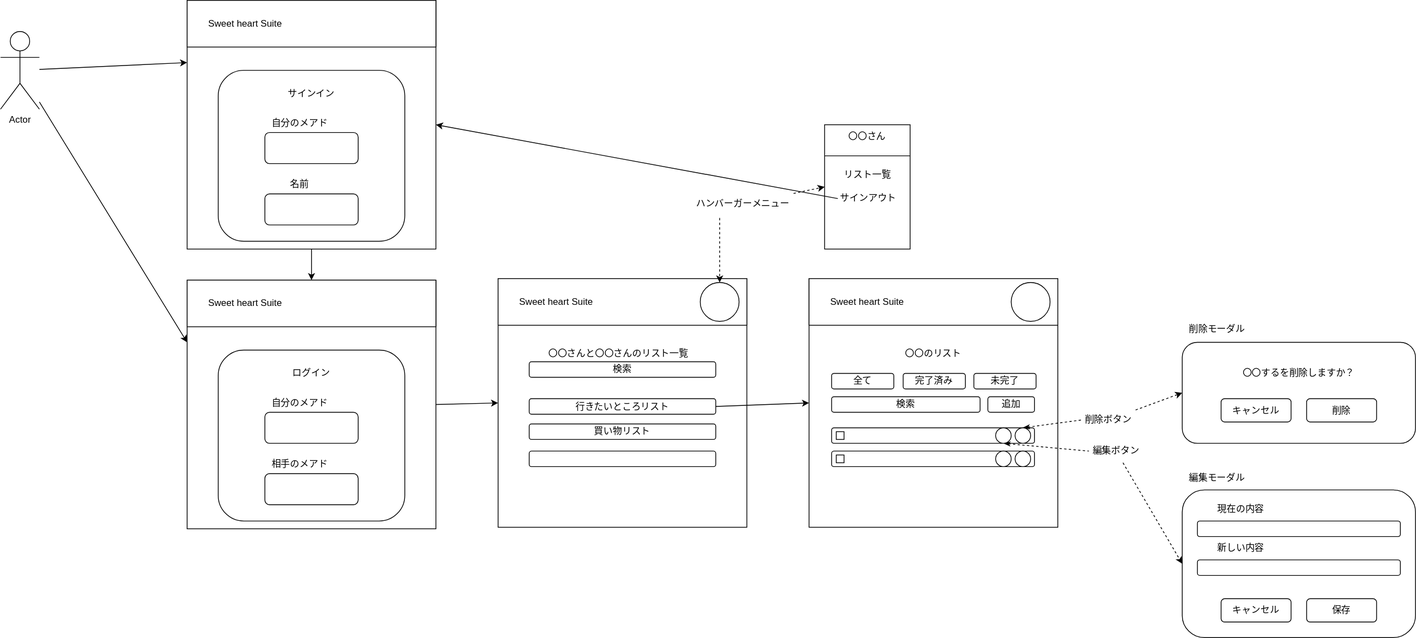
The draw.io diagram siteDesign.drawio.svg in exchange-wata/SweetheartSuite, before a commit. Source tidied: cells renumbered, new cells last; positions are measured from the earlier drawing's top-left corner, leaving out a move shared by most shapes.
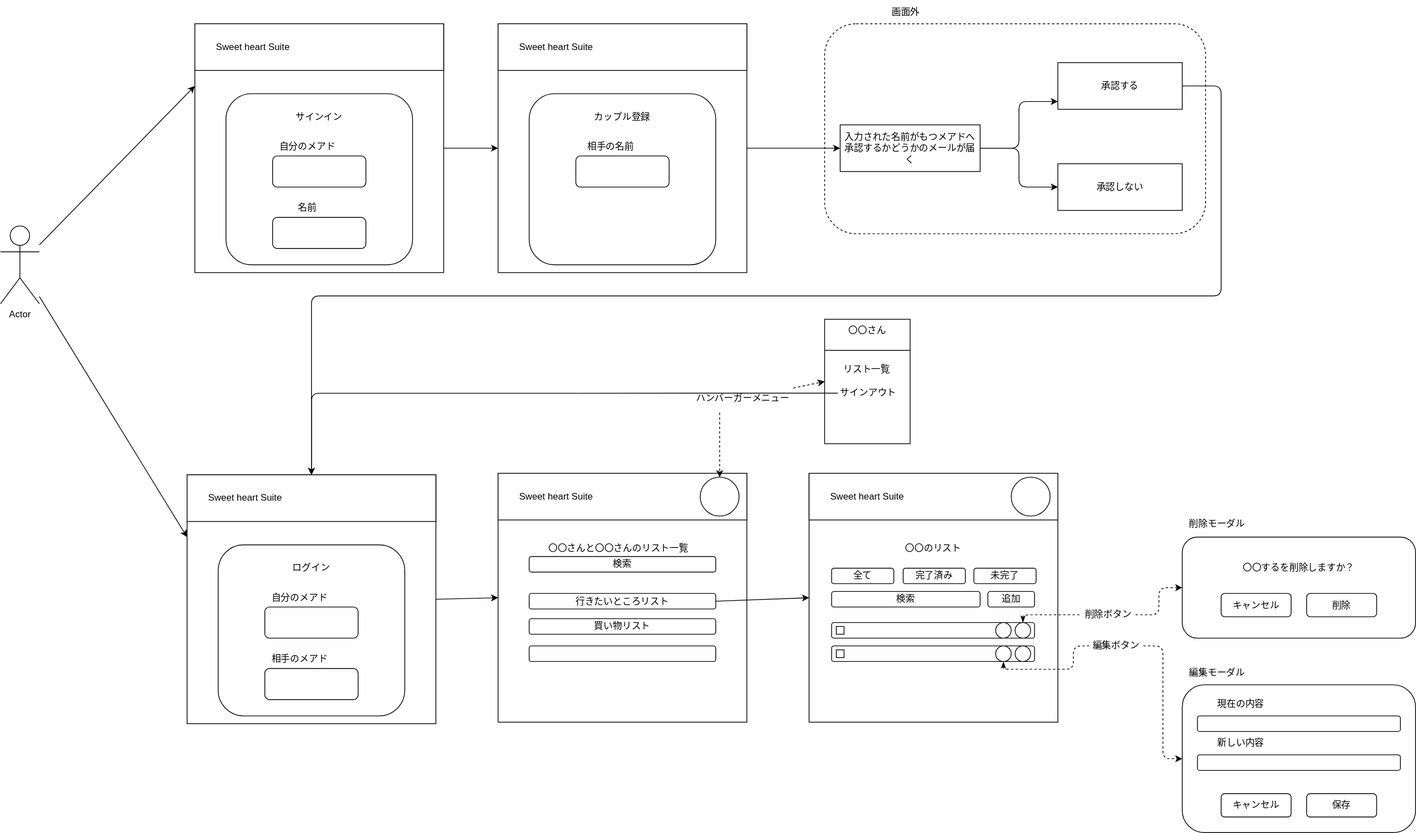
The same file after the commit.

Commit message:
画面構成図更新

The edit, as a diff of the source:
```diff
@@ -32,35 +32,35 @@
     <mxCell id="11" value="相手のメアド" style="rounded=0;whiteSpace=wrap;html=1;strokeColor=#FFFFFF;" parent="1" vertex="1">
       <mxGeometry x="340" y="587" width="90" height="20" as="geometry" />
     </mxCell>
-    <mxCell id="12" style="edgeStyle=none;html=1;exitX=0.5;exitY=1;exitDx=0;exitDy=0;entryX=0.5;entryY=0;entryDx=0;entryDy=0;startArrow=none;startFill=0;endArrow=classic;endFill=1;" parent="1" edge="1" source="13" target="4">
-      <mxGeometry relative="1" as="geometry" />
-    </mxCell>
+    <mxCell id="81" style="edgeStyle=none;html=1;exitX=1;exitY=0.5;exitDx=0;exitDy=0;entryX=0;entryY=0.5;entryDx=0;entryDy=0;" parent="1" edge="1" source="13" target="83">
+      <mxGeometry relative="1" as="geometry" />
+    </mxCell>
     <mxCell id="13" style="whiteSpace=wrap;html=1;" parent="1" vertex="1">
-      <mxGeometry x="240" width="320" height="320" as="geometry" />
+      <mxGeometry x="250" y="-220" width="320" height="320" as="geometry" />
     </mxCell>
     <mxCell id="14" style="rounded=0;whiteSpace=wrap;html=1;" parent="1" vertex="1">
-      <mxGeometry x="240" width="320" height="60" as="geometry" />
+      <mxGeometry x="250" y="-220" width="320" height="60" as="geometry" />
     </mxCell>
     <mxCell id="15" value="Sweet heart Suite" style="rounded=0;whiteSpace=wrap;html=1;strokeColor=#FFFFFF;" parent="1" vertex="1">
-      <mxGeometry x="250" y="10" width="130" height="40" as="geometry" />
+      <mxGeometry x="260" y="-210" width="130" height="40" as="geometry" />
     </mxCell>
     <mxCell id="16" style="rounded=1;whiteSpace=wrap;html=1;strokeColor=#000000;" parent="1" vertex="1">
-      <mxGeometry x="280" y="90" width="240" height="220" as="geometry" />
+      <mxGeometry x="290" y="-130" width="240" height="220" as="geometry" />
     </mxCell>
     <mxCell id="17" value="サインイン" style="rounded=0;whiteSpace=wrap;html=1;strokeColor=#FFFFFF;" parent="1" vertex="1">
-      <mxGeometry x="335" y="100" width="130" height="40" as="geometry" />
+      <mxGeometry x="345" y="-120" width="130" height="40" as="geometry" />
     </mxCell>
     <mxCell id="18" style="rounded=1;whiteSpace=wrap;html=1;strokeColor=#000000;" parent="1" vertex="1">
-      <mxGeometry x="340" y="170" width="120" height="40" as="geometry" />
+      <mxGeometry x="350" y="-50" width="120" height="40" as="geometry" />
     </mxCell>
     <mxCell id="19" style="rounded=1;whiteSpace=wrap;html=1;strokeColor=#000000;" parent="1" vertex="1">
-      <mxGeometry x="340" y="249" width="120" height="40" as="geometry" />
+      <mxGeometry x="350" y="29" width="120" height="40" as="geometry" />
     </mxCell>
     <mxCell id="20" value="自分のメアド" style="rounded=0;whiteSpace=wrap;html=1;strokeColor=#FFFFFF;" parent="1" vertex="1">
-      <mxGeometry x="340" y="148" width="90" height="20" as="geometry" />
+      <mxGeometry x="350" y="-72" width="90" height="20" as="geometry" />
     </mxCell>
     <mxCell id="21" value="名前" style="rounded=0;whiteSpace=wrap;html=1;strokeColor=#FFFFFF;" parent="1" vertex="1">
-      <mxGeometry x="340" y="227" width="90" height="20" as="geometry" />
+      <mxGeometry x="350" y="7" width="90" height="20" as="geometry" />
     </mxCell>
     <mxCell id="22" style="whiteSpace=wrap;html=1;" parent="1" vertex="1">
       <mxGeometry x="640" y="358" width="320" height="320" as="geometry" />
@@ -145,9 +145,12 @@
     <mxCell id="48" style="whiteSpace=wrap;html=1;strokeColor=#000000;fillColor=#FFFFFF;" parent="1" vertex="1">
       <mxGeometry x="1075" y="585" width="10" height="10" as="geometry" />
     </mxCell>
-    <mxCell id="49" style="edgeStyle=none;html=1;exitX=0.5;exitY=0;exitDx=0;exitDy=0;startArrow=classicThin;startFill=1;endArrow=none;endFill=0;dashed=1;" parent="1" edge="1" source="50">
+    <mxCell id="49" style="edgeStyle=orthogonalEdgeStyle;html=1;exitX=0.5;exitY=0;exitDx=0;exitDy=0;startArrow=classicThin;startFill=1;endArrow=none;endFill=0;dashed=1;" parent="1" edge="1" source="50">
       <mxGeometry relative="1" as="geometry">
         <mxPoint x="1390" y="540" as="targetPoint" />
+        <Array as="points">
+          <mxPoint x="1315" y="540" />
+        </Array>
       </mxGeometry>
     </mxCell>
     <mxCell id="50" style="ellipse;whiteSpace=wrap;html=1;strokeColor=#000000;fillColor=#FFFFFF;" parent="1" vertex="1">
@@ -162,18 +165,23 @@
     <mxCell id="53" style="ellipse;whiteSpace=wrap;html=1;strokeColor=#000000;fillColor=#FFFFFF;" parent="1" vertex="1">
       <mxGeometry x="1280" y="580" width="20" height="20" as="geometry" />
     </mxCell>
-    <mxCell id="54" style="edgeStyle=none;html=1;entryX=0;entryY=0.5;entryDx=0;entryDy=0;startArrow=none;startFill=0;endArrow=classic;endFill=1;dashed=1;" parent="1" edge="1" source="55" target="62">
+    <mxCell id="54" style="edgeStyle=orthogonalEdgeStyle;html=1;entryX=0;entryY=0.5;entryDx=0;entryDy=0;startArrow=none;startFill=0;endArrow=classic;endFill=1;dashed=1;" parent="1" edge="1" source="55" target="62">
       <mxGeometry relative="1" as="geometry" />
     </mxCell>
     <mxCell id="55" value="削除ボタン" style="text;html=1;strokeColor=none;fillColor=none;align=center;verticalAlign=middle;whiteSpace=wrap;rounded=0;" parent="1" vertex="1">
       <mxGeometry x="1390" y="525" width="70" height="30" as="geometry" />
     </mxCell>
-    <mxCell id="56" style="edgeStyle=none;html=1;exitX=0.5;exitY=1;exitDx=0;exitDy=0;startArrow=classicThin;startFill=1;endArrow=none;endFill=0;dashed=1;" parent="1" edge="1" source="51">
+    <mxCell id="56" style="edgeStyle=orthogonalEdgeStyle;html=1;exitX=0.5;exitY=1;exitDx=0;exitDy=0;startArrow=classicThin;startFill=1;endArrow=none;endFill=0;dashed=1;" parent="1" edge="1" source="53">
       <mxGeometry relative="1" as="geometry">
         <mxPoint x="1400" y="580" as="targetPoint" />
+        <Array as="points">
+          <mxPoint x="1290" y="610" />
+          <mxPoint x="1380" y="610" />
+          <mxPoint x="1380" y="580" />
+        </Array>
       </mxGeometry>
     </mxCell>
-    <mxCell id="57" style="edgeStyle=none;html=1;entryX=0;entryY=0.5;entryDx=0;entryDy=0;startArrow=none;startFill=0;endArrow=classic;endFill=1;dashed=1;" parent="1" edge="1" source="58" target="68">
+    <mxCell id="57" style="edgeStyle=orthogonalEdgeStyle;html=1;entryX=0;entryY=0.5;entryDx=0;entryDy=0;startArrow=none;startFill=0;endArrow=classic;endFill=1;dashed=1;" parent="1" edge="1" source="58" target="68">
       <mxGeometry relative="1" as="geometry" />
     </mxCell>
     <mxCell id="58" value="編集ボタン" style="text;html=1;strokeColor=none;fillColor=none;align=center;verticalAlign=middle;whiteSpace=wrap;rounded=0;" parent="1" vertex="1">
@@ -236,7 +244,7 @@
     <mxCell id="77" value="リスト一覧" style="text;html=1;strokeColor=none;fillColor=none;align=center;verticalAlign=middle;whiteSpace=wrap;rounded=0;" parent="1" vertex="1">
       <mxGeometry x="1075.5" y="210" width="79" height="30" as="geometry" />
     </mxCell>
-    <mxCell id="78" style="edgeStyle=none;html=1;startArrow=none;startFill=0;endArrow=classic;endFill=1;entryX=1;entryY=0.5;entryDx=0;entryDy=0;exitX=0;exitY=0.5;exitDx=0;exitDy=0;" parent="1" edge="1" source="79" target="13">
+    <mxCell id="78" style="edgeStyle=orthogonalEdgeStyle;html=1;startArrow=none;startFill=0;endArrow=classic;endFill=1;entryX=0.5;entryY=0;entryDx=0;entryDy=0;exitX=0;exitY=0.5;exitDx=0;exitDy=0;" parent="1" edge="1" source="79" target="4">
       <mxGeometry relative="1" as="geometry" />
     </mxCell>
     <mxCell id="79" value="サインアウト" style="text;html=1;strokeColor=none;fillColor=none;align=center;verticalAlign=middle;whiteSpace=wrap;rounded=0;" parent="1" vertex="1">
@@ -245,5 +253,64 @@
     <mxCell id="80" style="endArrow=none;html=1;exitX=0;exitY=0.25;exitDx=0;exitDy=0;entryX=1;entryY=0.25;entryDx=0;entryDy=0;" parent="1" edge="1" source="75" target="75">
       <mxGeometry relative="1" as="geometry" />
     </mxCell>
+    <mxCell id="82" style="edgeStyle=none;html=1;" parent="1" edge="1" source="83" target="92">
+      <mxGeometry relative="1" as="geometry" />
+    </mxCell>
+    <mxCell id="83" style="whiteSpace=wrap;html=1;" parent="1" vertex="1">
+      <mxGeometry x="640" y="-220" width="320" height="320" as="geometry" />
+    </mxCell>
+    <mxCell id="84" style="rounded=0;whiteSpace=wrap;html=1;" parent="1" vertex="1">
+      <mxGeometry x="640" y="-220" width="320" height="60" as="geometry" />
+    </mxCell>
+    <mxCell id="85" value="Sweet heart Suite" style="rounded=0;whiteSpace=wrap;html=1;strokeColor=#FFFFFF;" parent="1" vertex="1">
+      <mxGeometry x="650" y="-210" width="130" height="40" as="geometry" />
+    </mxCell>
+    <mxCell id="86" style="rounded=1;whiteSpace=wrap;html=1;strokeColor=#000000;" parent="1" vertex="1">
+      <mxGeometry x="680" y="-130" width="240" height="220" as="geometry" />
+    </mxCell>
+    <mxCell id="87" value="カップル登録" style="rounded=0;whiteSpace=wrap;html=1;strokeColor=#FFFFFF;" parent="1" vertex="1">
+      <mxGeometry x="735" y="-120" width="130" height="40" as="geometry" />
+    </mxCell>
+    <mxCell id="88" style="rounded=1;whiteSpace=wrap;html=1;strokeColor=#000000;" parent="1" vertex="1">
+      <mxGeometry x="740" y="-50" width="120" height="40" as="geometry" />
+    </mxCell>
+    <mxCell id="89" value="相手の名前" style="rounded=0;whiteSpace=wrap;html=1;strokeColor=#FFFFFF;" parent="1" vertex="1">
+      <mxGeometry x="740" y="-72" width="90" height="20" as="geometry" />
+    </mxCell>
+    <mxCell id="90" style="edgeStyle=orthogonalEdgeStyle;html=1;exitX=1;exitY=0.5;exitDx=0;exitDy=0;" parent="1" edge="1" source="92" target="94">
+      <mxGeometry relative="1" as="geometry">
+        <Array as="points">
+          <mxPoint x="1310" y="-60" />
+          <mxPoint x="1310" y="-120" />
+        </Array>
+      </mxGeometry>
+    </mxCell>
+    <mxCell id="91" style="edgeStyle=orthogonalEdgeStyle;html=1;" parent="1" edge="1" source="92" target="95">
+      <mxGeometry relative="1" as="geometry" />
+    </mxCell>
+    <mxCell id="92" value="入力された名前がもつメアドへ承認するかどうかのメールが届く" style="whiteSpace=wrap;html=1;" parent="1" vertex="1">
+      <mxGeometry x="1080" y="-90" width="180" height="60" as="geometry" />
+    </mxCell>
+    <mxCell id="93" style="edgeStyle=orthogonalEdgeStyle;html=1;entryX=0.5;entryY=0;entryDx=0;entryDy=0;" parent="1" edge="1" source="94" target="4">
+      <mxGeometry relative="1" as="geometry">
+        <Array as="points">
+          <mxPoint x="1570" y="-140" />
+          <mxPoint x="1570" y="130" />
+          <mxPoint x="400" y="130" />
+        </Array>
+      </mxGeometry>
+    </mxCell>
+    <mxCell id="94" value="承認する" style="whiteSpace=wrap;html=1;" parent="1" vertex="1">
+      <mxGeometry x="1360" y="-170" width="160" height="60" as="geometry" />
+    </mxCell>
+    <mxCell id="95" value="承認しない" style="whiteSpace=wrap;html=1;" parent="1" vertex="1">
+      <mxGeometry x="1360" y="-40" width="160" height="60" as="geometry" />
+    </mxCell>
+    <mxCell id="96" style="rounded=1;whiteSpace=wrap;html=1;fillColor=none;dashed=1;" parent="1" vertex="1">
+      <mxGeometry x="1060" y="-220" width="490" height="270" as="geometry" />
+    </mxCell>
+    <mxCell id="97" value="画面外" style="text;html=1;strokeColor=none;fillColor=none;align=center;verticalAlign=middle;whiteSpace=wrap;rounded=0;dashed=1;" parent="1" vertex="1">
+      <mxGeometry x="1092" y="-250" width="145" height="30" as="geometry" />
+    </mxCell>
   </root>
 </mxGraphModel>
```
